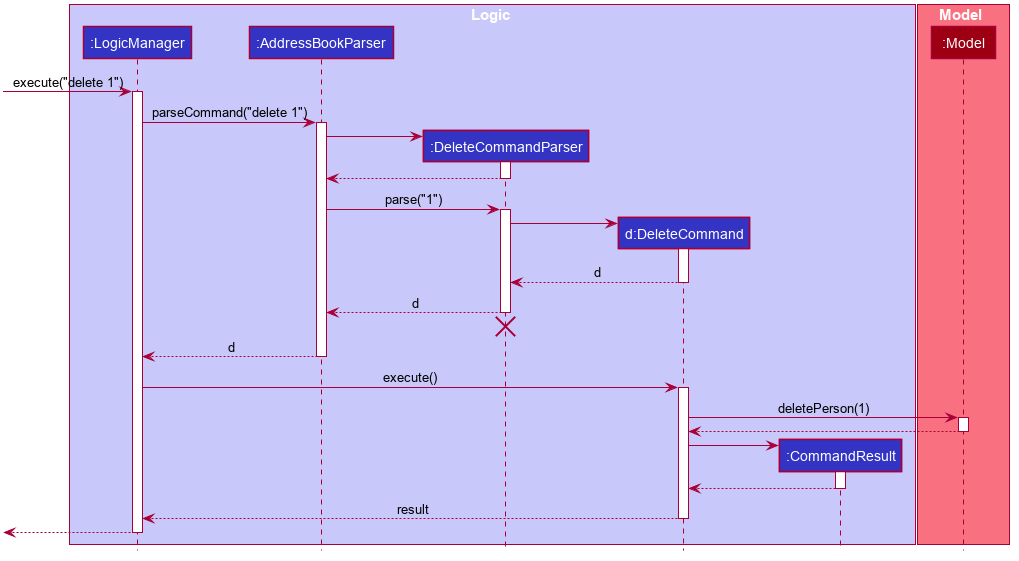
The PlantUML diagram docs/images/DeleteSequenceDiagram.png in nus-cs2103-AY2223S2/tp, before a commit.
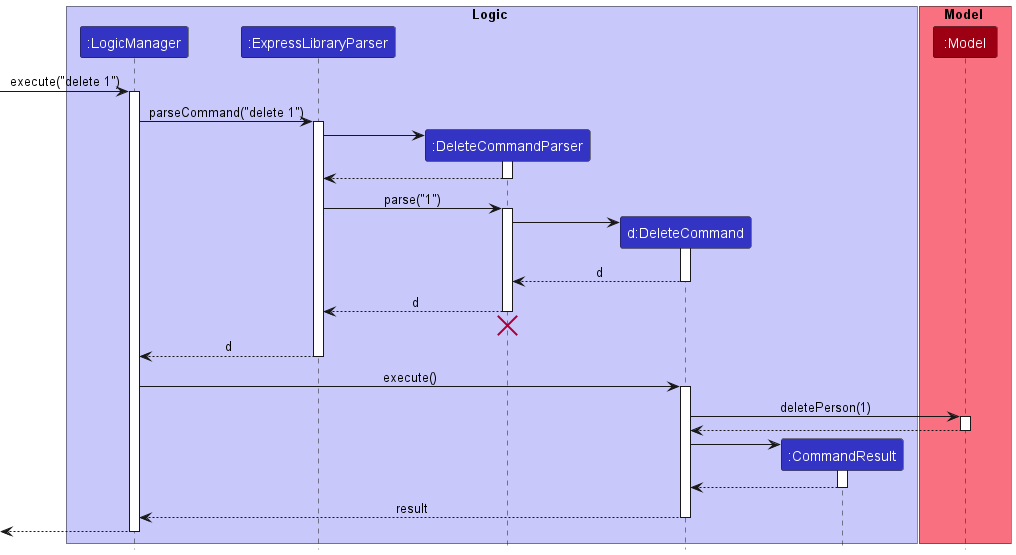
After the change.

What changed in the source:
```diff
@@ -1,79 +1,32 @@
 @startuml
+!include style.puml
 
-
-
-
-
-
-
-
-skinparam BackgroundColor #FFFFFFF
-
-skinparam Shadowing false
-
-skinparam Class {
-    FontColor #FFFFFF
-    BorderThickness 1
-    BorderColor #FFFFFF
-    StereotypeFontColor #FFFFFF
-    FontName Arial
-}
-
-skinparam Actor {
-    BorderColor #000000
-    Color #000000
-    FontName Arial
-}
-
-skinparam Sequence {
-    MessageAlign center
-    BoxFontSize 15
-    BoxPadding 0
-    BoxFontColor #FFFFFF
-    FontName Arial
-}
-
-skinparam Participant {
-    FontColor #FFFFFFF
-    Padding 20
-}
-
-skinparam MinClassWidth 50
-skinparam ParticipantPadding 10
-skinparam Shadowing false
-skinparam DefaultTextAlignment center
-skinparam packageStyle Rectangle
-
-hide footbox
-hide members
-hide circle
-
-box Logic #C8C8FA
-participant ":LogicManager" as LogicManager #3333C4
-participant ":AddressBookParser" as AddressBookParser #3333C4
-participant ":DeleteCommandParser" as DeleteCommandParser #3333C4
-participant "d:DeleteCommand" as DeleteCommand #3333C4
-participant ":CommandResult" as CommandResult #3333C4
+box Logic LOGIC_COLOR_T1
+participant ":LogicManager" as LogicManager LOGIC_COLOR
+participant ":ExpressLibraryParser" as ExpressLibraryParser LOGIC_COLOR
+participant ":DeleteCommandParser" as DeleteCommandParser LOGIC_COLOR
+participant "d:DeleteCommand" as DeleteCommand LOGIC_COLOR
+participant ":CommandResult" as CommandResult LOGIC_COLOR
 end box
 
-box Model #F97181
-participant ":Model" as Model #9D0012
+box Model MODEL_COLOR_T1
+participant ":Model" as Model MODEL_COLOR
 end box
 
 [-> LogicManager : execute("delete 1")
 activate LogicManager
 
-LogicManager -> AddressBookParser : parseCommand("delete 1")
-activate AddressBookParser
+LogicManager -> ExpressLibraryParser : parseCommand("delete 1")
+activate ExpressLibraryParser
 
 create DeleteCommandParser
-AddressBookParser -> DeleteCommandParser
+ExpressLibraryParser -> DeleteCommandParser
 activate DeleteCommandParser
 
-DeleteCommandParser --> AddressBookParser
+DeleteCommandParser --> ExpressLibraryParser
 deactivate DeleteCommandParser
 
-AddressBookParser -> DeleteCommandParser : parse("1")
+ExpressLibraryParser -> DeleteCommandParser : parse("1")
 activate DeleteCommandParser
 
 create DeleteCommand
@@ -83,13 +36,13 @@
 DeleteCommand --> DeleteCommandParser : d
 deactivate DeleteCommand
 
-DeleteCommandParser --> AddressBookParser : d
+DeleteCommandParser --> ExpressLibraryParser : d
 deactivate DeleteCommandParser
-DeleteCommandParser -[hidden]-> AddressBookParser
+DeleteCommandParser -[hidden]-> ExpressLibraryParser
 destroy DeleteCommandParser
 
-AddressBookParser --> LogicManager : d
-deactivate AddressBookParser
+ExpressLibraryParser --> LogicManager : d
+deactivate ExpressLibraryParser
 
 LogicManager -> DeleteCommand : execute()
 activate DeleteCommand
```
